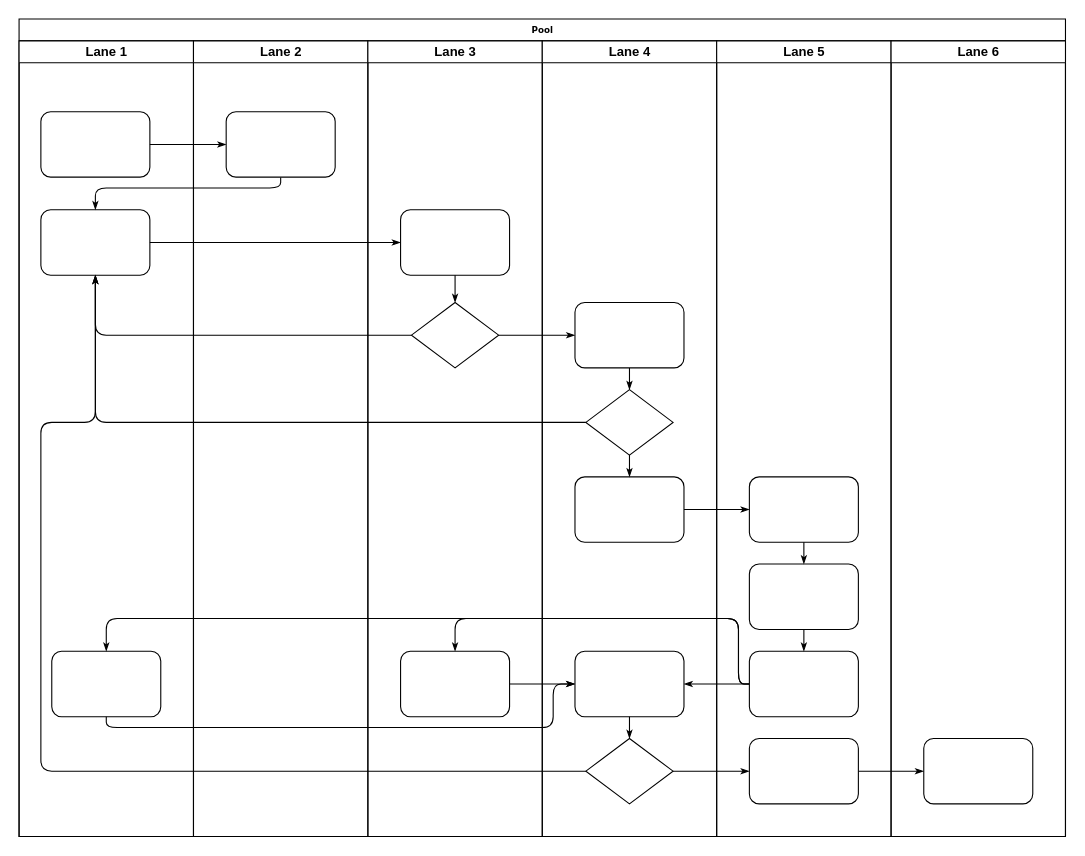
This is Untitled Diagram.drawio from Ale-cc/Ale-cc-s-BLOG, a draw.io file, before an edit. Source tidied: cells renumbered, new cells numbered last; positions are measured from the earlier drawing's top-left corner, leaving out a move shared by most shapes. Both pictures are drawn from the tidied source at 109%, with x=0, y=0 at pixel (19, 19).
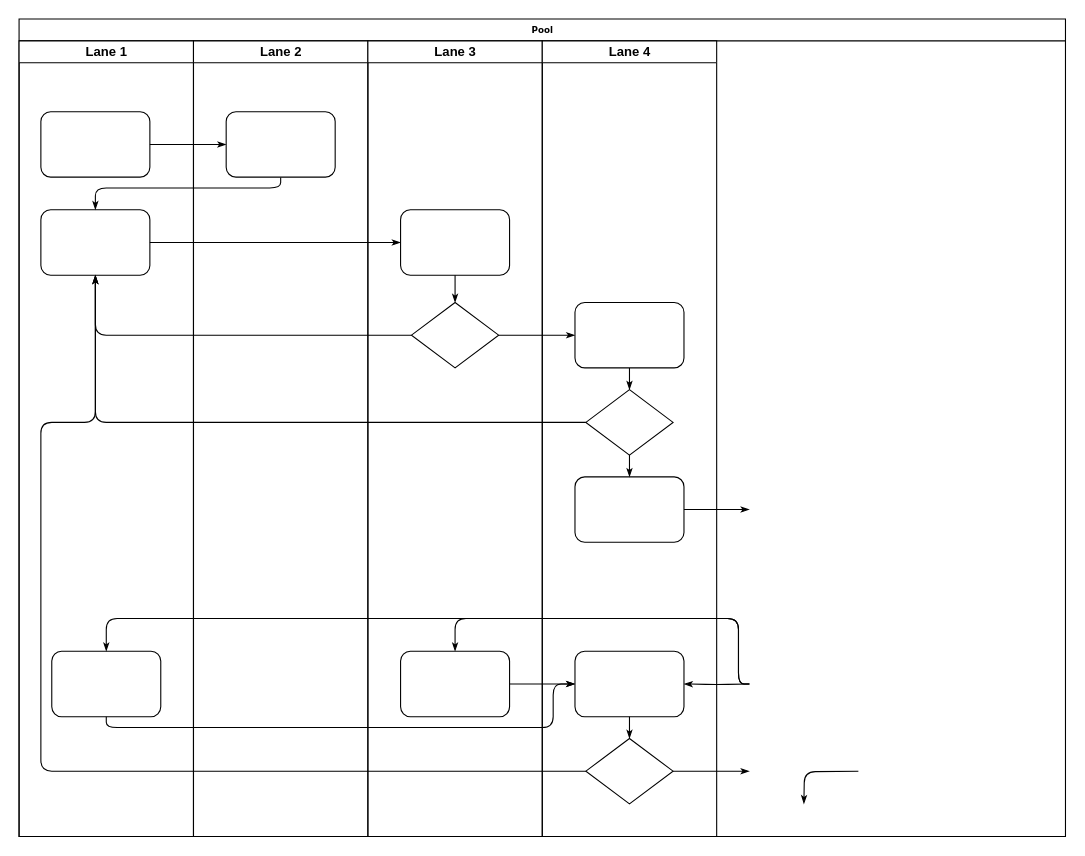
The same diagram, later.

Unchanged cells that the change refers to:
```xml
<mxCell id="2" value="Pool" style="swimlane;html=1;startSize=20;rounded=0;shadow=0;labelBackgroundColor=none;strokeWidth=1;fontFamily=Verdana;fontSize=8;align=center;" parent="1" vertex="1">
  <mxGeometry width="960" height="750" as="geometry" />
</mxCell>
<mxCell id="6" style="rounded=1;whiteSpace=wrap;html=1;shadow=0;labelBackgroundColor=none;strokeWidth=1;fontFamily=Verdana;fontSize=8;align=center;" parent="3" vertex="1">
  <mxGeometry x="30" y="560" width="100" height="60" as="geometry" />
</mxCell>
<mxCell id="27" style="rounded=1;whiteSpace=wrap;html=1;shadow=0;labelBackgroundColor=none;strokeWidth=1;fontFamily=Verdana;fontSize=8;align=center;" parent="24" vertex="1">
  <mxGeometry x="30" y="560" width="100" height="60" as="geometry" />
</mxCell>
<mxCell id="32" style="rounded=1;whiteSpace=wrap;html=1;shadow=0;labelBackgroundColor=none;strokeWidth=1;fontFamily=Verdana;fontSize=8;align=center;" parent="29" vertex="1">
  <mxGeometry x="30" y="400" width="100" height="60" as="geometry" />
</mxCell>
<mxCell id="33" style="rounded=1;whiteSpace=wrap;html=1;shadow=0;labelBackgroundColor=none;strokeWidth=1;fontFamily=Verdana;fontSize=8;align=center;" parent="29" vertex="1">
  <mxGeometry x="30" y="560" width="100" height="60" as="geometry" />
</mxCell>
<mxCell id="34" style="rhombus;whiteSpace=wrap;html=1;rounded=0;shadow=0;labelBackgroundColor=none;strokeWidth=1;fontFamily=Verdana;fontSize=8;align=center;" parent="29" vertex="1">
  <mxGeometry x="40" y="640" width="80" height="60" as="geometry" />
</mxCell>
```

Change to the diagram source:
```diff
@@
-    <mxCell id="14" style="edgeStyle=orthogonalEdgeStyle;rounded=1;html=1;labelBackgroundColor=none;startArrow=none;startFill=0;startSize=5;endArrow=classicThin;endFill=1;endSize=5;jettySize=auto;strokeWidth=1;fontFamily=Verdana;fontSize=8;" parent="2" edge="1" source="34" target="42">
-      <mxGeometry relative="1" as="geometry" />
+    <mxCell id="14" style="edgeStyle=orthogonalEdgeStyle;rounded=1;html=1;labelBackgroundColor=none;startArrow=none;startFill=0;startSize=5;endArrow=classicThin;endFill=1;endSize=5;jettySize=auto;strokeWidth=1;fontFamily=Verdana;fontSize=8;" parent="2" edge="1" source="34">
+      <mxGeometry relative="1" as="geometry">
+        <mxPoint x="670" y="690" as="targetPoint" />
+      </mxGeometry>
     </mxCell>
-    <mxCell id="15" style="edgeStyle=orthogonalEdgeStyle;rounded=1;html=1;labelBackgroundColor=none;startArrow=none;startFill=0;startSize=5;endArrow=classicThin;endFill=1;endSize=5;jettySize=auto;strokeWidth=1;fontFamily=Verdana;fontSize=8;" parent="2" edge="1" source="42" target="46">
-      <mxGeometry relative="1" as="geometry" />
+    <mxCell id="15" style="edgeStyle=orthogonalEdgeStyle;rounded=1;html=1;labelBackgroundColor=none;startArrow=none;startFill=0;startSize=5;endArrow=classicThin;endFill=1;endSize=5;jettySize=auto;orthogonalLoop=1;strokeWidth=1;fontFamily=Verdana;fontSize=8;" parent="2" edge="1">
+      <mxGeometry relative="1" as="geometry">
+        <mxPoint x="770" y="690" as="sourcePoint" />
+        <mxPoint x="720" y="720" as="targetPoint" />
+      </mxGeometry>
     </mxCell>
-    <mxCell id="16" style="edgeStyle=orthogonalEdgeStyle;rounded=1;html=1;labelBackgroundColor=none;startArrow=none;startFill=0;startSize=5;endArrow=classicThin;endFill=1;endSize=5;jettySize=auto;strokeWidth=1;fontFamily=Verdana;fontSize=8;" parent="2" edge="1" source="32" target="39">
-      <mxGeometry relative="1" as="geometry" />
+    <mxCell id="16" style="edgeStyle=orthogonalEdgeStyle;rounded=1;html=1;labelBackgroundColor=none;startArrow=none;startFill=0;startSize=5;endArrow=classicThin;endFill=1;endSize=5;jettySize=auto;strokeWidth=1;fontFamily=Verdana;fontSize=8;" parent="2" edge="1" source="32">
+      <mxGeometry relative="1" as="geometry">
+        <mxPoint x="670" y="450" as="targetPoint" />
+      </mxGeometry>
     </mxCell>
-    <mxCell id="17" style="edgeStyle=orthogonalEdgeStyle;rounded=1;html=1;labelBackgroundColor=none;startArrow=none;startFill=0;startSize=5;endArrow=classicThin;endFill=1;endSize=5;jettySize=auto;strokeWidth=1;fontFamily=Verdana;fontSize=8;" parent="2" edge="1" source="41" target="27">
+    <mxCell id="17" style="edgeStyle=orthogonalEdgeStyle;rounded=1;html=1;labelBackgroundColor=none;startArrow=none;startFill=0;startSize=5;endArrow=classicThin;endFill=1;endSize=5;jettySize=auto;strokeWidth=1;fontFamily=Verdana;fontSize=8;" parent="2" edge="1" target="27">
       <mxGeometry relative="1" as="geometry">
+        <mxPoint x="670" y="610" as="sourcePoint" />
         <Array as="points">
           <mxPoint x="660" y="610" />
           <mxPoint x="660" y="550" />
           <mxPoint x="400" y="550" />
         </Array>
       </mxGeometry>
     </mxCell>
-    <mxCell id="18" style="edgeStyle=orthogonalEdgeStyle;rounded=1;html=1;labelBackgroundColor=none;startArrow=none;startFill=0;startSize=5;endArrow=classicThin;endFill=1;endSize=5;jettySize=auto;strokeColor=#000000;strokeWidth=1;fontFamily=Verdana;fontSize=8;fontColor=#000000;" parent="2" edge="1" source="41" target="33">
-      <mxGeometry relative="1" as="geometry" />
+    <mxCell id="18" style="edgeStyle=orthogonalEdgeStyle;rounded=1;html=1;labelBackgroundColor=none;startArrow=none;startFill=0;startSize=5;endArrow=classicThin;endFill=1;endSize=5;jettySize=auto;strokeColor=#000000;strokeWidth=1;fontFamily=Verdana;fontSize=8;fontColor=#000000;" parent="2" edge="1" target="33">
+      <mxGeometry relative="1" as="geometry">
+        <mxPoint x="670" y="610" as="sourcePoint" />
+      </mxGeometry>
     </mxCell>
-    <mxCell id="19" style="edgeStyle=orthogonalEdgeStyle;rounded=1;html=1;labelBackgroundColor=none;startArrow=none;startFill=0;startSize=5;endArrow=classicThin;endFill=1;endSize=5;jettySize=auto;strokeWidth=1;fontFamily=Verdana;fontSize=8;" parent="2" edge="1" source="41" target="6">
+    <mxCell id="19" style="edgeStyle=orthogonalEdgeStyle;rounded=1;html=1;labelBackgroundColor=none;startArrow=none;startFill=0;startSize=5;endArrow=classicThin;endFill=1;endSize=5;jettySize=auto;strokeWidth=1;fontFamily=Verdana;fontSize=8;" parent="2" edge="1" target="6">
       <mxGeometry relative="1" as="geometry">
+        <mxPoint x="670" y="610" as="sourcePoint" />
         <Array as="points">
           <mxPoint x="660" y="610" />
           <mxPoint x="660" y="550" />
           <mxPoint x="80" y="550" />
         </Array>
       </mxGeometry>
     </mxCell>
@@
-    <mxCell id="38" value="Lane 5" style="swimlane;html=1;startSize=20;" parent="2" vertex="1">
-      <mxGeometry x="640" y="20" width="160" height="730" as="geometry" />
-    </mxCell>
-    <mxCell id="39" style="rounded=1;whiteSpace=wrap;html=1;shadow=0;labelBackgroundColor=none;strokeWidth=1;fontFamily=Verdana;fontSize=8;align=center;" parent="38" vertex="1">
-      <mxGeometry x="30" y="400" width="100" height="60" as="geometry" />
-    </mxCell>
-    <mxCell id="40" style="rounded=1;whiteSpace=wrap;html=1;shadow=0;labelBackgroundColor=none;strokeWidth=1;fontFamily=Verdana;fontSize=8;align=center;" parent="38" vertex="1">
-      <mxGeometry x="30" y="480" width="100" height="60" as="geometry" />
-    </mxCell>
-    <mxCell id="41" style="rounded=1;whiteSpace=wrap;html=1;shadow=0;labelBackgroundColor=none;strokeWidth=1;fontFamily=Verdana;fontSize=8;align=center;" parent="38" vertex="1">
-      <mxGeometry x="30" y="560" width="100" height="60" as="geometry" />
-    </mxCell>
-    <mxCell id="42" style="rounded=1;whiteSpace=wrap;html=1;shadow=0;labelBackgroundColor=none;strokeWidth=1;fontFamily=Verdana;fontSize=8;align=center;" parent="38" vertex="1">
-      <mxGeometry x="30" y="640" width="100" height="60" as="geometry" />
-    </mxCell>
-    <mxCell id="43" style="edgeStyle=orthogonalEdgeStyle;rounded=1;html=1;labelBackgroundColor=none;startArrow=none;startFill=0;startSize=5;endArrow=classicThin;endFill=1;endSize=5;jettySize=auto;strokeWidth=1;fontFamily=Verdana;fontSize=8;" parent="38" edge="1" source="39" target="40">
-      <mxGeometry relative="1" as="geometry" />
-    </mxCell>
-    <mxCell id="44" style="edgeStyle=orthogonalEdgeStyle;rounded=1;html=1;labelBackgroundColor=none;startArrow=none;startFill=0;startSize=5;endArrow=classicThin;endFill=1;endSize=5;jettySize=auto;strokeWidth=1;fontFamily=Verdana;fontSize=8;" parent="38" edge="1" source="40" target="41">
-      <mxGeometry relative="1" as="geometry" />
-    </mxCell>
-    <mxCell id="45" value="Lane 6" style="swimlane;html=1;startSize=20;" parent="2" vertex="1">
-      <mxGeometry x="800" y="20" width="160" height="730" as="geometry" />
-    </mxCell>
-    <mxCell id="46" style="rounded=1;whiteSpace=wrap;html=1;shadow=0;labelBackgroundColor=none;strokeWidth=1;fontFamily=Verdana;fontSize=8;align=center;" parent="45" vertex="1">
-      <mxGeometry x="30" y="640" width="100" height="60" as="geometry" />
-    </mxCell>
```
